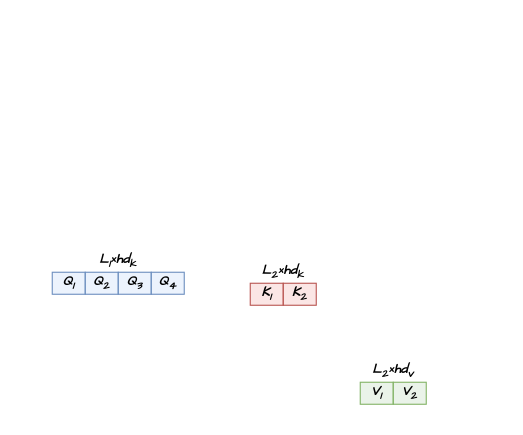
This is page "第 3 页" (3 of 3) of 未命名绘图2.drawio from ZhangzeqingCN/api-project, a draw.io file, before an edit. Source tidied: cells renumbered, new cells numbered last; positions are measured from the earlier drawing's top-left corner, leaving out a move shared by most shapes. Both pictures are drawn from the tidied source at 110%, with x=0, y=0 at pixel (52, 250).
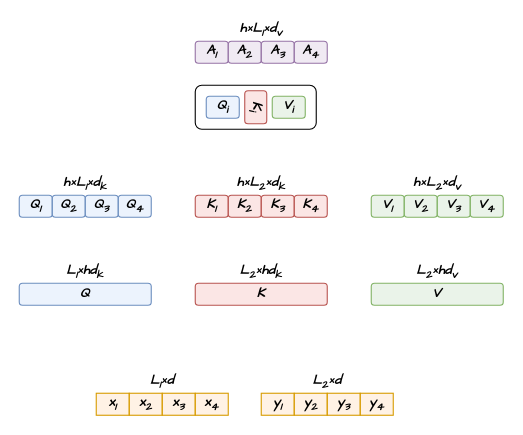
The same page after the edit.

Commit message (it also covers changes not shown here):
更新未命名绘图2.drawio

Change to the diagram source:
```diff
@@
-    <mxCell id="2" style="group;" parent="1" vertex="1">
-      <mxGeometry width="120" height="40" as="geometry" />
-    </mxCell>
-    <mxCell id="3" value="&lt;span&gt;&lt;span&gt;Q&lt;sub&gt;1&lt;/sub&gt;&lt;/span&gt;&lt;/span&gt;" style="rounded=0;whiteSpace=wrap;html=1;rotation=0;fillColor=#dae8fc;strokeColor=#6c8ebf;fillOpacity=50;fontFamily=Comic Sans MS;fontStyle=3;" parent="2" vertex="1">
-      <mxGeometry y="20" width="30" height="20" as="geometry" />
+    <mxCell id="3" value="&lt;span&gt;&lt;span&gt;Q&lt;/span&gt;&lt;/span&gt;" style="rounded=1;whiteSpace=wrap;html=1;rotation=0;fillColor=#dae8fc;strokeColor=#6c8ebf;fillOpacity=50;fontFamily=Comic Sans MS;fontStyle=3;" parent="1" vertex="1">
+      <mxGeometry x="-30" y="30" width="120" height="20" as="geometry" />
     </mxCell>
+    <mxCell id="7" value="&lt;font&gt;&lt;span&gt;&lt;span&gt;L&lt;sub&gt;1&lt;/sub&gt;×hd&lt;sub&gt;k&lt;/sub&gt;&lt;/span&gt;&lt;/span&gt;&lt;/font&gt;" style="text;html=1;align=center;verticalAlign=middle;whiteSpace=wrap;rounded=0;fontFamily=Comic Sans MS;fontStyle=3;" parent="1" vertex="1">
+      <mxGeometry x="-30" y="10" width="120" height="20" as="geometry" />
+    </mxCell>
+    <mxCell id="16" value="&lt;span&gt;&lt;span&gt;Q&lt;sub&gt;1&lt;/sub&gt;&lt;/span&gt;&lt;/span&gt;" style="rounded=1;whiteSpace=wrap;html=1;rotation=0;fillColor=#dae8fc;strokeColor=#6c8ebf;fillOpacity=50;fontFamily=Comic Sans MS;fontStyle=3;" parent="1" vertex="1">
+      <mxGeometry x="-30" y="-50" width="30" height="20" as="geometry" />
+    </mxCell>
-    <mxCell id="4" value="&lt;span&gt;&lt;span&gt;Q&lt;sub&gt;2&lt;/sub&gt;&lt;/span&gt;&lt;/span&gt;" style="rounded=0;whiteSpace=wrap;html=1;rotation=0;fillColor=#dae8fc;strokeColor=#6c8ebf;fillOpacity=50;fontFamily=Comic Sans MS;fontStyle=3;" parent="2" vertex="1">
-      <mxGeometry x="30" y="20" width="30" height="20" as="geometry" />
+    <mxCell id="4" value="&lt;span&gt;&lt;span&gt;Q&lt;sub&gt;2&lt;/sub&gt;&lt;/span&gt;&lt;/span&gt;" style="rounded=1;whiteSpace=wrap;html=1;rotation=0;fillColor=#dae8fc;strokeColor=#6c8ebf;fillOpacity=50;fontFamily=Comic Sans MS;fontStyle=3;" parent="1" vertex="1">
+      <mxGeometry y="-50" width="30" height="20" as="geometry" />
     </mxCell>
-    <mxCell id="5" value="&lt;span&gt;&lt;span&gt;Q&lt;sub&gt;3&lt;/sub&gt;&lt;/span&gt;&lt;/span&gt;" style="rounded=0;whiteSpace=wrap;html=1;rotation=0;fillColor=#dae8fc;strokeColor=#6c8ebf;fillOpacity=50;fontFamily=Comic Sans MS;fontStyle=3;" parent="2" vertex="1">
-      <mxGeometry x="60" y="20" width="30" height="20" as="geometry" />
+    <mxCell id="5" value="&lt;span&gt;&lt;span&gt;Q&lt;sub&gt;3&lt;/sub&gt;&lt;/span&gt;&lt;/span&gt;" style="rounded=1;whiteSpace=wrap;html=1;rotation=0;fillColor=#dae8fc;strokeColor=#6c8ebf;fillOpacity=50;fontFamily=Comic Sans MS;fontStyle=3;" parent="1" vertex="1">
+      <mxGeometry x="30" y="-50" width="30" height="20" as="geometry" />
     </mxCell>
-    <mxCell id="6" value="&lt;span&gt;&lt;span&gt;Q&lt;sub&gt;4&lt;/sub&gt;&lt;/span&gt;&lt;/span&gt;" style="rounded=0;whiteSpace=wrap;html=1;rotation=0;fillColor=#dae8fc;strokeColor=#6c8ebf;fillOpacity=50;fontFamily=Comic Sans MS;fontStyle=3;" parent="2" vertex="1">
-      <mxGeometry x="90" y="20" width="30" height="20" as="geometry" />
+    <mxCell id="6" value="&lt;span&gt;&lt;span&gt;Q&lt;sub&gt;4&lt;/sub&gt;&lt;/span&gt;&lt;/span&gt;" style="rounded=1;whiteSpace=wrap;html=1;rotation=0;fillColor=#dae8fc;strokeColor=#6c8ebf;fillOpacity=50;fontFamily=Comic Sans MS;fontStyle=3;" parent="1" vertex="1">
+      <mxGeometry x="60" y="-50" width="30" height="20" as="geometry" />
     </mxCell>
-    <mxCell id="7" value="&lt;font&gt;&lt;span&gt;&lt;span&gt;L&lt;sub&gt;1&lt;/sub&gt;×hd&lt;sub&gt;k&lt;/sub&gt;&lt;/span&gt;&lt;/span&gt;&lt;/font&gt;" style="text;html=1;align=center;verticalAlign=middle;whiteSpace=wrap;rounded=0;fontFamily=Comic Sans MS;fontStyle=3;" parent="2" vertex="1">
-      <mxGeometry width="120" height="20" as="geometry" />
-    </mxCell>
-    <mxCell id="8" style="group;" parent="1" vertex="1">
-      <mxGeometry x="180" y="10" width="60" height="40" as="geometry" />
-    </mxCell>
+    <mxCell id="17" value="&lt;font&gt;h×&lt;span&gt;&lt;span&gt;L&lt;sub&gt;1&lt;/sub&gt;×d&lt;sub&gt;k&lt;/sub&gt;&lt;/span&gt;&lt;/span&gt;&lt;/font&gt;" style="text;html=1;align=center;verticalAlign=middle;whiteSpace=wrap;rounded=0;fontFamily=Comic Sans MS;fontStyle=3;" parent="1" vertex="1">
+      <mxGeometry x="-30" y="-70" width="120" height="20" as="geometry" />
+    </mxCell>
-    <mxCell id="9" value="&lt;span&gt;&lt;span&gt;K&lt;sub&gt;1&lt;/sub&gt;&lt;/span&gt;&lt;/span&gt;" style="rounded=0;whiteSpace=wrap;html=1;rotation=0;fillColor=#f8cecc;strokeColor=#b85450;fillOpacity=50;fontFamily=Comic Sans MS;fontStyle=3;" parent="8" vertex="1">
-      <mxGeometry y="20" width="30" height="20" as="geometry" />
+    <mxCell id="9" value="&lt;span&gt;&lt;span&gt;K&lt;/span&gt;&lt;/span&gt;" style="rounded=1;whiteSpace=wrap;html=1;rotation=0;fillColor=#f8cecc;strokeColor=#b85450;fillOpacity=50;fontFamily=Comic Sans MS;fontStyle=3;" parent="1" vertex="1">
+      <mxGeometry x="130" y="30" width="120" height="20" as="geometry" />
     </mxCell>
-    <mxCell id="10" value="&lt;span&gt;&lt;span&gt;K&lt;sub&gt;2&lt;/sub&gt;&lt;/span&gt;&lt;/span&gt;" style="rounded=0;whiteSpace=wrap;html=1;rotation=0;fillColor=#f8cecc;strokeColor=#b85450;fillOpacity=50;fontFamily=Comic Sans MS;fontStyle=3;" parent="8" vertex="1">
-      <mxGeometry x="30" y="20" width="30" height="20" as="geometry" />
-    </mxCell>
-    <mxCell id="11" value="&lt;font&gt;&lt;span&gt;&lt;span&gt;L&lt;sub&gt;2&lt;/sub&gt;×hd&lt;sub&gt;k&lt;/sub&gt;&lt;/span&gt;&lt;/span&gt;&lt;/font&gt;" style="text;html=1;align=center;verticalAlign=middle;whiteSpace=wrap;rounded=0;fontFamily=Comic Sans MS;fontStyle=3;" parent="8" vertex="1">
-      <mxGeometry width="60" height="20" as="geometry" />
+    <mxCell id="11" value="&lt;font&gt;&lt;span&gt;&lt;span&gt;L&lt;sub&gt;2&lt;/sub&gt;×hd&lt;sub&gt;k&lt;/sub&gt;&lt;/span&gt;&lt;/span&gt;&lt;/font&gt;" style="text;html=1;align=center;verticalAlign=middle;whiteSpace=wrap;rounded=0;fontFamily=Comic Sans MS;fontStyle=3;" parent="1" vertex="1">
+      <mxGeometry x="130" y="10" width="120" height="20" as="geometry" />
     </mxCell>
-    <mxCell id="12" style="group;" parent="1" vertex="1">
-      <mxGeometry x="280" y="100" width="60" height="40" as="geometry" />
-    </mxCell>
+    <mxCell id="18" value="&lt;span&gt;&lt;span&gt;V&lt;/span&gt;&lt;/span&gt;" style="rounded=1;whiteSpace=wrap;html=1;rotation=0;fillColor=#d5e8d4;strokeColor=#82b366;fillOpacity=50;fontFamily=Comic Sans MS;fontStyle=3;" parent="1" vertex="1">
+      <mxGeometry x="290" y="30" width="120" height="20" as="geometry" />
+    </mxCell>
+    <mxCell id="15" value="&lt;font&gt;&lt;span&gt;&lt;span&gt;L&lt;sub&gt;2&lt;/sub&gt;×hd&lt;sub&gt;v&lt;/sub&gt;&lt;/span&gt;&lt;/span&gt;&lt;/font&gt;" style="text;html=1;align=center;verticalAlign=middle;whiteSpace=wrap;rounded=0;fontFamily=Comic Sans MS;fontStyle=3;" parent="1" vertex="1">
+      <mxGeometry x="290" y="10" width="120" height="20" as="geometry" />
+    </mxCell>
-    <mxCell id="13" value="&lt;span&gt;&lt;span&gt;V&lt;sub&gt;1&lt;/sub&gt;&lt;/span&gt;&lt;/span&gt;" style="rounded=0;whiteSpace=wrap;html=1;rotation=0;fillColor=#d5e8d4;strokeColor=#82b366;fillOpacity=50;fontFamily=Comic Sans MS;fontStyle=3;" parent="12" vertex="1">
-      <mxGeometry y="20" width="30" height="20" as="geometry" />
+    <mxCell id="13" value="&lt;span&gt;&lt;span&gt;V&lt;sub&gt;1&lt;/sub&gt;&lt;/span&gt;&lt;/span&gt;" style="rounded=1;whiteSpace=wrap;html=1;rotation=0;fillColor=#d5e8d4;strokeColor=#82b366;fillOpacity=50;fontFamily=Comic Sans MS;fontStyle=3;" parent="1" vertex="1">
+      <mxGeometry x="290" y="-50" width="30" height="20" as="geometry" />
     </mxCell>
-    <mxCell id="14" value="&lt;span&gt;&lt;span&gt;V&lt;sub&gt;2&lt;/sub&gt;&lt;/span&gt;&lt;/span&gt;" style="rounded=0;whiteSpace=wrap;html=1;rotation=0;fillColor=#d5e8d4;strokeColor=#82b366;fillOpacity=50;fontFamily=Comic Sans MS;fontStyle=3;" parent="12" vertex="1">
-      <mxGeometry x="30" y="20" width="30" height="20" as="geometry" />
+    <mxCell id="14" value="&lt;span&gt;&lt;span&gt;V&lt;sub&gt;2&lt;/sub&gt;&lt;/span&gt;&lt;/span&gt;" style="rounded=1;whiteSpace=wrap;html=1;rotation=0;fillColor=#d5e8d4;strokeColor=#82b366;fillOpacity=50;fontFamily=Comic Sans MS;fontStyle=3;" parent="1" vertex="1">
+      <mxGeometry x="320" y="-50" width="30" height="20" as="geometry" />
     </mxCell>
-    <mxCell id="15" value="&lt;font&gt;&lt;span&gt;&lt;span&gt;L&lt;sub&gt;2&lt;/sub&gt;×hd&lt;sub&gt;v&lt;/sub&gt;&lt;/span&gt;&lt;/span&gt;&lt;/font&gt;" style="text;html=1;align=center;verticalAlign=middle;whiteSpace=wrap;rounded=0;fontFamily=Comic Sans MS;fontStyle=3;" parent="12" vertex="1">
-      <mxGeometry width="60" height="20" as="geometry" />
-    </mxCell>
+    <mxCell id="19" value="&lt;font&gt;h×&lt;span&gt;&lt;span&gt;L&lt;sub&gt;2&lt;/sub&gt;&lt;/span&gt;&lt;/span&gt;×&lt;span&gt;&lt;span&gt;d&lt;sub&gt;v&lt;/sub&gt;&lt;/span&gt;&lt;/span&gt;&lt;/font&gt;" style="text;html=1;align=center;verticalAlign=middle;whiteSpace=wrap;rounded=0;fontFamily=Comic Sans MS;fontStyle=3;" parent="1" vertex="1">
+      <mxGeometry x="290" y="-70" width="120" height="20" as="geometry" />
+    </mxCell>
+    <mxCell id="20" value="&lt;span&gt;&lt;span&gt;V&lt;sub&gt;3&lt;/sub&gt;&lt;/span&gt;&lt;/span&gt;" style="rounded=1;whiteSpace=wrap;html=1;rotation=0;fillColor=#d5e8d4;strokeColor=#82b366;fillOpacity=50;fontFamily=Comic Sans MS;fontStyle=3;" parent="1" vertex="1">
+      <mxGeometry x="350" y="-50" width="30" height="20" as="geometry" />
+    </mxCell>
+    <mxCell id="21" value="&lt;span&gt;&lt;span&gt;V&lt;sub&gt;4&lt;/sub&gt;&lt;/span&gt;&lt;/span&gt;" style="rounded=1;whiteSpace=wrap;html=1;rotation=0;fillColor=#d5e8d4;strokeColor=#82b366;fillOpacity=50;fontFamily=Comic Sans MS;fontStyle=3;" parent="1" vertex="1">
+      <mxGeometry x="380" y="-50" width="30" height="20" as="geometry" />
+    </mxCell>
+    <mxCell id="22" value="&lt;span&gt;&lt;span&gt;x&lt;sub&gt;1&lt;/sub&gt;&lt;/span&gt;&lt;/span&gt;" style="rounded=0;whiteSpace=wrap;html=1;rotation=0;fillColor=#ffe6cc;strokeColor=#d79b00;fillOpacity=50;fontFamily=Comic Sans MS;fontStyle=3;" parent="1" vertex="1">
+      <mxGeometry x="40" y="130" width="30" height="20" as="geometry" />
+    </mxCell>
+    <mxCell id="23" value="&lt;span&gt;&lt;span&gt;x&lt;sub&gt;2&lt;/sub&gt;&lt;/span&gt;&lt;/span&gt;" style="rounded=0;whiteSpace=wrap;html=1;rotation=0;fillColor=#ffe6cc;strokeColor=#d79b00;fillOpacity=50;fontFamily=Comic Sans MS;fontStyle=3;" parent="1" vertex="1">
+      <mxGeometry x="70" y="130" width="30" height="20" as="geometry" />
+    </mxCell>
+    <mxCell id="24" value="&lt;span&gt;&lt;span&gt;x&lt;sub&gt;3&lt;/sub&gt;&lt;/span&gt;&lt;/span&gt;" style="rounded=0;whiteSpace=wrap;html=1;rotation=0;fillColor=#ffe6cc;strokeColor=#d79b00;fillOpacity=50;fontFamily=Comic Sans MS;fontStyle=3;" parent="1" vertex="1">
+      <mxGeometry x="100" y="130" width="30" height="20" as="geometry" />
+    </mxCell>
+    <mxCell id="25" value="&lt;span&gt;&lt;span&gt;x&lt;sub&gt;4&lt;/sub&gt;&lt;/span&gt;&lt;/span&gt;" style="rounded=0;whiteSpace=wrap;html=1;rotation=0;fillColor=#ffe6cc;strokeColor=#d79b00;fillOpacity=50;fontFamily=Comic Sans MS;fontStyle=3;" parent="1" vertex="1">
+      <mxGeometry x="130" y="130" width="30" height="20" as="geometry" />
+    </mxCell>
+    <mxCell id="26" value="&lt;font&gt;&lt;span&gt;&lt;span&gt;L&lt;sub&gt;1&lt;/sub&gt;×d&lt;/span&gt;&lt;/span&gt;&lt;/font&gt;" style="text;html=1;align=center;verticalAlign=middle;whiteSpace=wrap;rounded=0;fontFamily=Comic Sans MS;fontStyle=3;" parent="1" vertex="1">
+      <mxGeometry x="40" y="110" width="120" height="20" as="geometry" />
+    </mxCell>
+    <mxCell id="27" value="&lt;span&gt;&lt;span&gt;y&lt;sub&gt;1&lt;/sub&gt;&lt;/span&gt;&lt;/span&gt;" style="rounded=0;whiteSpace=wrap;html=1;rotation=0;fillColor=#ffe6cc;strokeColor=#d79b00;fillOpacity=50;fontFamily=Comic Sans MS;fontStyle=3;" parent="1" vertex="1">
+      <mxGeometry x="190" y="130" width="30" height="20" as="geometry" />
+    </mxCell>
+    <mxCell id="28" value="&lt;span&gt;&lt;span&gt;y&lt;sub&gt;2&lt;/sub&gt;&lt;/span&gt;&lt;/span&gt;" style="rounded=0;whiteSpace=wrap;html=1;rotation=0;fillColor=#ffe6cc;strokeColor=#d79b00;fillOpacity=50;fontFamily=Comic Sans MS;fontStyle=3;" parent="1" vertex="1">
+      <mxGeometry x="220" y="130" width="30" height="20" as="geometry" />
+    </mxCell>
+    <mxCell id="29" value="&lt;span&gt;&lt;span&gt;y&lt;sub&gt;3&lt;/sub&gt;&lt;/span&gt;&lt;/span&gt;" style="rounded=0;whiteSpace=wrap;html=1;rotation=0;fillColor=#ffe6cc;strokeColor=#d79b00;fillOpacity=50;fontFamily=Comic Sans MS;fontStyle=3;" parent="1" vertex="1">
+      <mxGeometry x="250" y="130" width="30" height="20" as="geometry" />
+    </mxCell>
+    <mxCell id="30" value="&lt;span&gt;&lt;span&gt;y&lt;sub&gt;4&lt;/sub&gt;&lt;/span&gt;&lt;/span&gt;" style="rounded=0;whiteSpace=wrap;html=1;rotation=0;fillColor=#ffe6cc;strokeColor=#d79b00;fillOpacity=50;fontFamily=Comic Sans MS;fontStyle=3;" parent="1" vertex="1">
+      <mxGeometry x="280" y="130" width="30" height="20" as="geometry" />
+    </mxCell>
+    <mxCell id="31" value="&lt;font&gt;&lt;span&gt;&lt;span&gt;L&lt;sub&gt;2&lt;/sub&gt;×d&lt;/span&gt;&lt;/span&gt;&lt;/font&gt;" style="text;html=1;align=center;verticalAlign=middle;whiteSpace=wrap;rounded=0;fontFamily=Comic Sans MS;fontStyle=3;" parent="1" vertex="1">
+      <mxGeometry x="190" y="110" width="120" height="20" as="geometry" />
+    </mxCell>
+    <mxCell id="32" value="&lt;span&gt;&lt;span&gt;K&lt;sub&gt;1&lt;/sub&gt;&lt;/span&gt;&lt;/span&gt;" style="rounded=1;whiteSpace=wrap;html=1;rotation=0;fillColor=#f8cecc;strokeColor=#b85450;fillOpacity=50;fontFamily=Comic Sans MS;fontStyle=3;" parent="1" vertex="1">
+      <mxGeometry x="130" y="-50" width="30" height="20" as="geometry" />
+    </mxCell>
+    <mxCell id="10" value="&lt;span&gt;&lt;span&gt;K&lt;sub&gt;2&lt;/sub&gt;&lt;/span&gt;&lt;/span&gt;" style="rounded=1;whiteSpace=wrap;html=1;rotation=0;fillColor=#f8cecc;strokeColor=#b85450;fillOpacity=50;fontFamily=Comic Sans MS;fontStyle=3;" parent="1" vertex="1">
+      <mxGeometry x="160" y="-50" width="30" height="20" as="geometry" />
+    </mxCell>
+    <mxCell id="33" value="&lt;font&gt;h×&lt;span&gt;&lt;span&gt;L&lt;sub&gt;2&lt;/sub&gt;×d&lt;sub&gt;k&lt;/sub&gt;&lt;/span&gt;&lt;/span&gt;&lt;/font&gt;" style="text;html=1;align=center;verticalAlign=middle;whiteSpace=wrap;rounded=0;fontFamily=Comic Sans MS;fontStyle=3;" parent="1" vertex="1">
+      <mxGeometry x="130" y="-70" width="120" height="20" as="geometry" />
+    </mxCell>
+    <mxCell id="34" value="&lt;span&gt;&lt;span&gt;K&lt;sub&gt;3&lt;/sub&gt;&lt;/span&gt;&lt;/span&gt;" style="rounded=1;whiteSpace=wrap;html=1;rotation=0;fillColor=#f8cecc;strokeColor=#b85450;fillOpacity=50;fontFamily=Comic Sans MS;fontStyle=3;" parent="1" vertex="1">
+      <mxGeometry x="190" y="-50" width="30" height="20" as="geometry" />
+    </mxCell>
+    <mxCell id="35" value="&lt;span&gt;&lt;span&gt;K&lt;sub&gt;4&lt;/sub&gt;&lt;/span&gt;&lt;/span&gt;" style="rounded=1;whiteSpace=wrap;html=1;rotation=0;fillColor=#f8cecc;strokeColor=#b85450;fillOpacity=50;fontFamily=Comic Sans MS;fontStyle=3;" parent="1" vertex="1">
+      <mxGeometry x="220" y="-50" width="30" height="20" as="geometry" />
+    </mxCell>
+    <mxCell id="36" value="A&lt;sub&gt;1&lt;/sub&gt;" style="rounded=1;whiteSpace=wrap;html=1;rotation=0;fillColor=#e1d5e7;strokeColor=#9673a6;fillOpacity=50;fontFamily=Comic Sans MS;fontStyle=3;" parent="1" vertex="1">
+      <mxGeometry x="130" y="-190" width="30" height="20" as="geometry" />
+    </mxCell>
+    <mxCell id="37" style="group;" parent="1" vertex="1">
+      <mxGeometry x="130" y="-150" width="110" height="40" as="geometry" />
+    </mxCell>
+    <mxCell id="38" style="rounded=1;whiteSpace=wrap;html=1;" parent="37" vertex="1">
+      <mxGeometry width="110" height="40" as="geometry" />
+    </mxCell>
+    <mxCell id="39" value="&lt;span&gt;&lt;span&gt;Q&lt;sub&gt;i&lt;/sub&gt;&lt;/span&gt;&lt;/span&gt;" style="rounded=1;whiteSpace=wrap;html=1;rotation=0;fillColor=#dae8fc;strokeColor=#6c8ebf;fillOpacity=50;fontFamily=Comic Sans MS;fontStyle=3;" parent="37" vertex="1">
+      <mxGeometry x="10" y="10" width="30" height="20" as="geometry" />
+    </mxCell>
+    <mxCell id="40" value="&lt;span&gt;&lt;span&gt;K&lt;sub&gt;i&lt;/sub&gt;&lt;/span&gt;&lt;/span&gt;" style="rounded=1;whiteSpace=wrap;html=1;rotation=90;fillColor=#f8cecc;strokeColor=#b85450;fillOpacity=50;fontFamily=Comic Sans MS;fontStyle=3;" parent="37" vertex="1">
+      <mxGeometry x="40" y="10" width="30" height="20" as="geometry" />
+    </mxCell>
+    <mxCell id="41" value="&lt;span&gt;&lt;span&gt;V&lt;sub&gt;i&lt;/sub&gt;&lt;/span&gt;&lt;/span&gt;" style="rounded=1;whiteSpace=wrap;html=1;rotation=0;fillColor=#d5e8d4;strokeColor=#82b366;fillOpacity=50;fontFamily=Comic Sans MS;fontStyle=3;" parent="37" vertex="1">
+      <mxGeometry x="70" y="10" width="30" height="20" as="geometry" />
+    </mxCell>
+    <mxCell id="42" value="A&lt;sub&gt;2&lt;/sub&gt;" style="rounded=1;whiteSpace=wrap;html=1;rotation=0;fillColor=#e1d5e7;strokeColor=#9673a6;fillOpacity=50;fontFamily=Comic Sans MS;fontStyle=3;" parent="1" vertex="1">
+      <mxGeometry x="160" y="-190" width="30" height="20" as="geometry" />
+    </mxCell>
+    <mxCell id="43" value="A&lt;sub&gt;3&lt;/sub&gt;" style="rounded=1;whiteSpace=wrap;html=1;rotation=0;fillColor=#e1d5e7;strokeColor=#9673a6;fillOpacity=50;fontFamily=Comic Sans MS;fontStyle=3;" parent="1" vertex="1">
+      <mxGeometry x="190" y="-190" width="30" height="20" as="geometry" />
+    </mxCell>
+    <mxCell id="44" value="A&lt;sub&gt;4&lt;/sub&gt;" style="rounded=1;whiteSpace=wrap;html=1;rotation=0;fillColor=#e1d5e7;strokeColor=#9673a6;fillOpacity=50;fontFamily=Comic Sans MS;fontStyle=3;" parent="1" vertex="1">
+      <mxGeometry x="220" y="-190" width="30" height="20" as="geometry" />
+    </mxCell>
+    <mxCell id="45" value="&lt;font&gt;h×&lt;span&gt;&lt;span&gt;L&lt;sub&gt;1&lt;/sub&gt;×d&lt;sub&gt;v&lt;/sub&gt;&lt;/span&gt;&lt;/span&gt;&lt;/font&gt;" style="text;html=1;align=center;verticalAlign=middle;whiteSpace=wrap;rounded=0;fontFamily=Comic Sans MS;fontStyle=3;" parent="1" vertex="1">
+      <mxGeometry x="130" y="-210" width="120" height="20" as="geometry" />
+    </mxCell>
```
